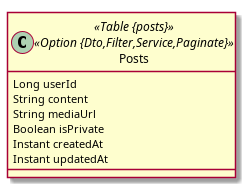
The PlantUML diagram infra/db/jdl/post_db.png in phungle2508/AppF4, before a commit.
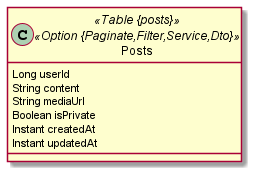
The same file after the commit.

Change to the diagram source:
```diff
@@ -1,7 +1,6 @@
 @startuml
-	!pragma layout smetana
 	!pragma syntax class
-	class Posts <<Table {posts}>><<Option {Dto,Filter,Service,Paginate}>> {
+	class Posts <<Table {posts}>><<Option {Paginate,Filter,Service,Dto}>> {
 		Long userId
 		String content
 		String mediaUrl
```
